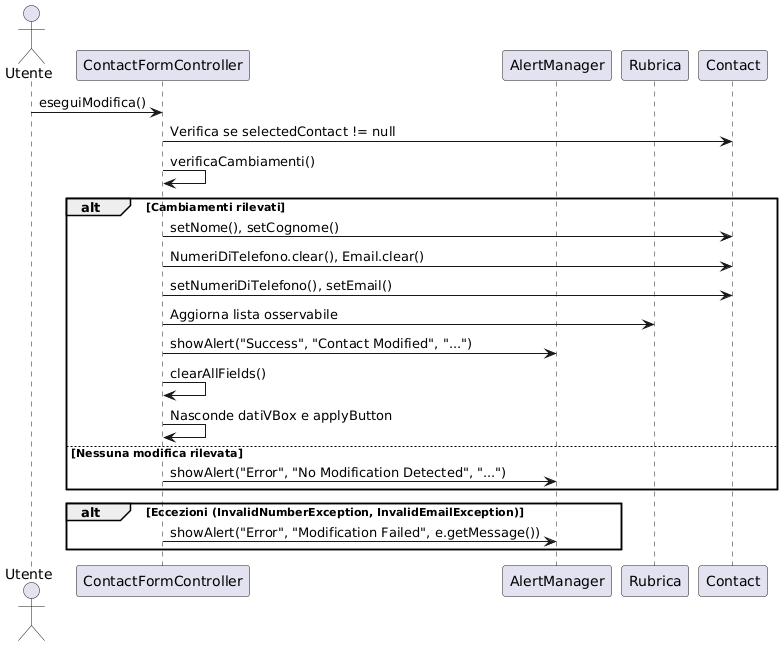
Before: Documentazione e Consegne/Design/Sequence Diagram/modificaContatto Diagram.png, a diagram exported from PlantUML (Mnaim03/Contact-List). Its diagram source:
```plantuml
@startuml
actor Utente
participant ContactFormController
participant "AlertManager" as Alert
participant Rubrica
participant Contact as Contatto

Utente -> ContactFormController: eseguiModifica()
ContactFormController -> Contatto: Verifica se selectedContact != null
ContactFormController -> ContactFormController: verificaCambiamenti()

alt Cambiamenti rilevati
    ContactFormController -> Contatto: setNome(), setCognome()
    ContactFormController -> Contatto: NumeriDiTelefono.clear(), Email.clear()
    ContactFormController -> Contatto: setNumeriDiTelefono(), setEmail()
    ContactFormController -> Rubrica: Aggiorna lista osservabile
    ContactFormController -> Alert: showAlert("Success", "Contact Modified", "...")
    ContactFormController -> ContactFormController: clearAllFields()
    ContactFormController -> ContactFormController: Nasconde datiVBox e applyButton
else Nessuna modifica rilevata
    ContactFormController -> Alert: showAlert("Error", "No Modification Detected", "...")
end

alt Eccezioni (InvalidNumberException, InvalidEmailException)
    ContactFormController -> Alert: showAlert("Error", "Modification Failed", e.getMessage())
end
@enduml
```
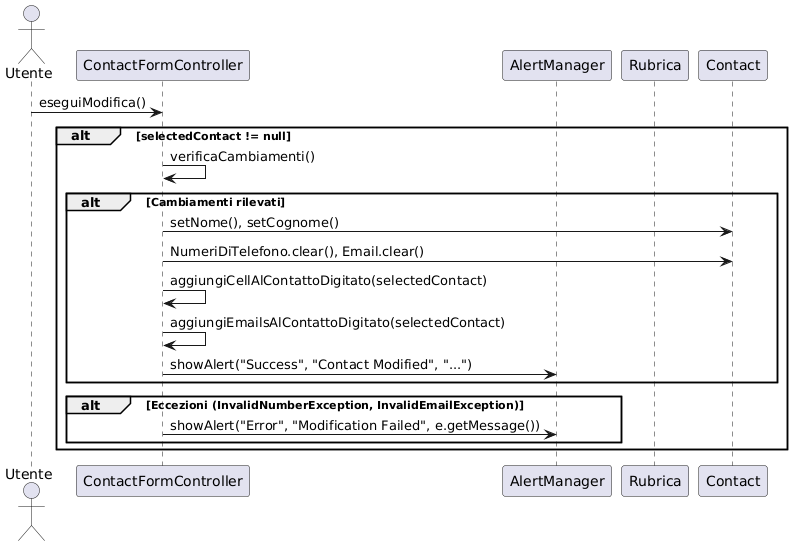
The same diagram one commit later.

Commit message:
diagramma modifica

Change to the diagram source:
```diff
@@ -6,22 +6,19 @@
 participant Contact as Contatto
 
 Utente -> ContactFormController: eseguiModifica()
-ContactFormController -> Contatto: Verifica se selectedContact != null
+alt selectedContact != null
 ContactFormController -> ContactFormController: verificaCambiamenti()
 
 alt Cambiamenti rilevati
     ContactFormController -> Contatto: setNome(), setCognome()
     ContactFormController -> Contatto: NumeriDiTelefono.clear(), Email.clear()
-    ContactFormController -> Contatto: setNumeriDiTelefono(), setEmail()
-    ContactFormController -> Rubrica: Aggiorna lista osservabile
+    ContactFormController -> ContactFormController: aggiungiCellAlContattoDigitato(selectedContact)
+    ContactFormController -> ContactFormController: aggiungiEmailsAlContattoDigitato(selectedContact)
     ContactFormController -> Alert: showAlert("Success", "Contact Modified", "...")
-    ContactFormController -> ContactFormController: clearAllFields()
-    ContactFormController -> ContactFormController: Nasconde datiVBox e applyButton
-else Nessuna modifica rilevata
-    ContactFormController -> Alert: showAlert("Error", "No Modification Detected", "...")
 end
 
 alt Eccezioni (InvalidNumberException, InvalidEmailException)
     ContactFormController -> Alert: showAlert("Error", "Modification Failed", e.getMessage())
 end
+end
 @enduml
```
